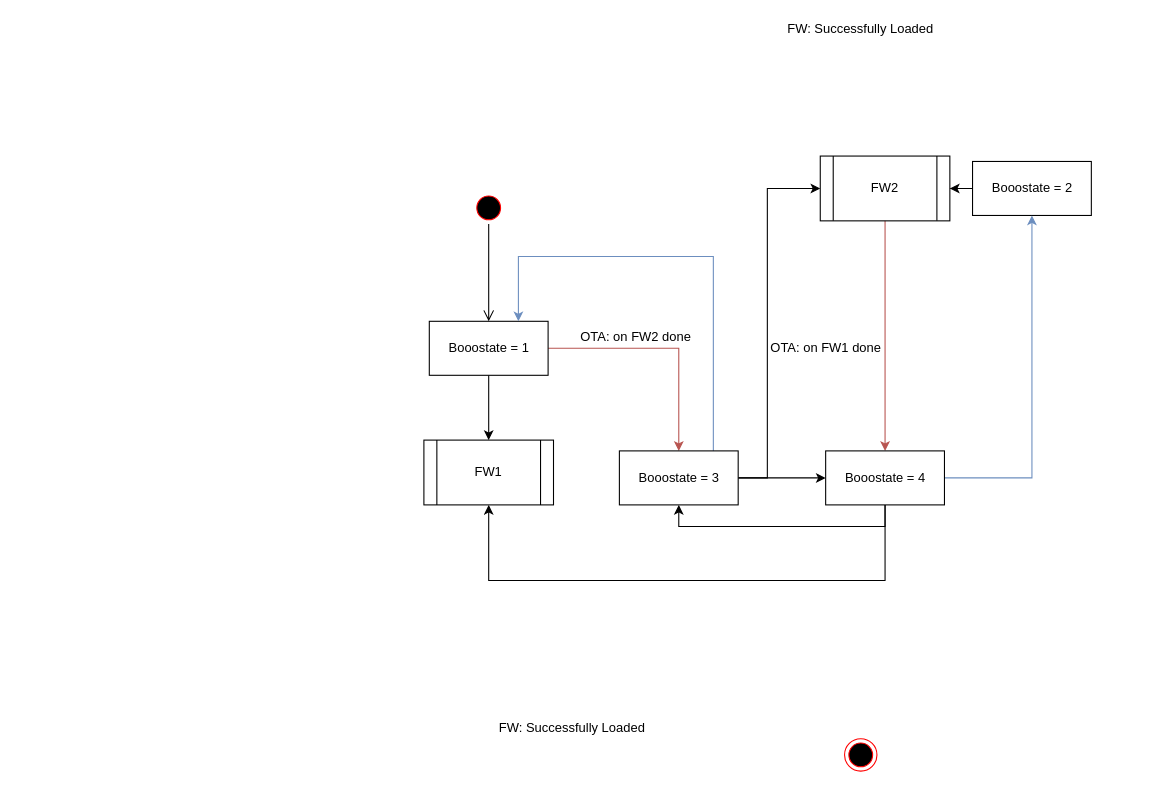
Above: Untitled Diagram.drawio in starbuckslatte/starbuckslatte.github.io (draw.io), before the change. Source tidied: cells renumbered, new cells numbered last; positions are measured from the earlier drawing's top-left corner, leaving out a move shared by most shapes. Both pictures are drawn from the tidied source at 108%, with x=0, y=0 at pixel (423, 18).
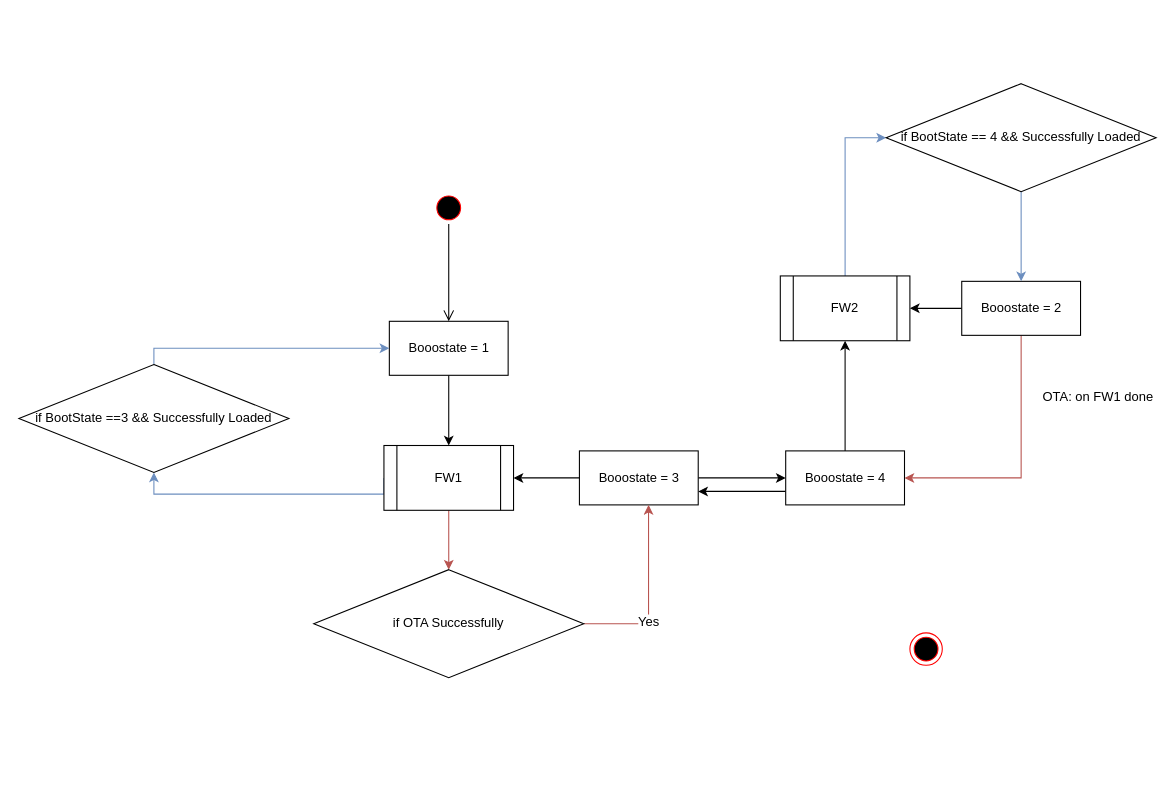
Above is the later version.

What changed in the source:
```diff
@@
     <mxCell id="2" style="ellipse;html=1;shape=startState;fillColor=#000000;strokeColor=#ff0000;" parent="1" vertex="1">
-      <mxGeometry x="45" y="160" width="30" height="30" as="geometry" />
+      <mxGeometry x="8" y="160" width="30" height="30" as="geometry" />
     </mxCell>
@@
     <mxCell id="4" style="ellipse;html=1;shape=endState;fillColor=#000000;strokeColor=#ff0000;" parent="1" vertex="1">
-      <mxGeometry x="389.5" y="666.5" width="30" height="30" as="geometry" />
+      <mxGeometry x="450" y="568.5" width="30" height="30" as="geometry" />
     </mxCell>
-    <mxCell id="5" style="edgeStyle=orthogonalEdgeStyle;rounded=0;jettySize=auto;html=1;fillColor=#f8cecc;strokeColor=#b85450;" parent="1" edge="1" source="7" target="14">
-      <mxGeometry relative="1" as="geometry" />
-    </mxCell>
@@
     <mxCell id="7" value="Booostate = 1" style="html=1;" parent="1" vertex="1">
-      <mxGeometry x="5" y="280" width="110" height="50" as="geometry" />
+      <mxGeometry x="-32" y="280" width="110" height="50" as="geometry" />
     </mxCell>
-    <mxCell id="8" style="edgeStyle=orthogonalEdgeStyle;rounded=0;jettySize=auto;html=1;fillColor=#f8cecc;strokeColor=#b85450;" parent="1" edge="1" source="10" target="18">
-      <mxGeometry relative="1" as="geometry" />
+    <mxCell id="8" style="edgeStyle=orthogonalEdgeStyle;rounded=0;jettySize=auto;html=1;fillColor=#f8cecc;strokeColor=#b85450;entryX=1;entryY=0.5;entryDx=0;entryDy=0;exitX=0.5;exitY=1;exitDx=0;exitDy=0;" parent="1" edge="1" source="10" target="18">
+      <mxGeometry relative="1" as="geometry">
+        <Array as="points">
+          <mxPoint x="553" y="425" />
+        </Array>
+      </mxGeometry>
     </mxCell>
@@
     <mxCell id="10" value="Booostate = 2" style="html=1;" parent="1" vertex="1">
-      <mxGeometry x="508" y="132" width="110" height="50" as="geometry" />
+      <mxGeometry x="498" y="243" width="110" height="50" as="geometry" />
     </mxCell>
@@
-    <mxCell id="12" style="edgeStyle=orthogonalEdgeStyle;rounded=0;jettySize=auto;html=1;strokeColor=#6c8ebf;fillColor=#dae8fc;entryX=0.75;entryY=0;entryDx=0;entryDy=0;" parent="1" edge="1" source="14" target="7">
+    <mxCell id="12" style="edgeStyle=orthogonalEdgeStyle;rounded=0;jettySize=auto;html=1;strokeColor=#6c8ebf;fillColor=#dae8fc;exitX=0;exitY=0.5;exitDx=0;exitDy=0;entryX=0.5;entryY=1;entryDx=0;entryDy=0;" parent="1" edge="1" source="24" target="27">
       <mxGeometry relative="1" as="geometry">
         <Array as="points">
-          <mxPoint x="268" y="220" />
-          <mxPoint x="88" y="220" />
+          <mxPoint x="-250" y="440" />
         </Array>
       </mxGeometry>
     </mxCell>
-    <mxCell id="13" style="edgeStyle=orthogonalEdgeStyle;rounded=0;jettySize=auto;html=1;exitX=1;exitY=0.5;exitDx=0;exitDy=0;entryX=0;entryY=0.5;entryDx=0;entryDy=0;" parent="1" edge="1" source="14" target="23">
-      <mxGeometry relative="1" as="geometry">
-        <Array as="points">
-          <mxPoint x="318" y="425" />
-          <mxPoint x="318" y="157" />
-        </Array>
-      </mxGeometry>
+    <mxCell id="13" style="edgeStyle=orthogonalEdgeStyle;rounded=0;jettySize=auto;html=1;exitX=0.5;exitY=0;exitDx=0;exitDy=0;entryX=0.5;entryY=1;entryDx=0;entryDy=0;" parent="1" edge="1" source="18" target="23">
+      <mxGeometry relative="1" as="geometry" />
     </mxCell>
     <mxCell id="14" value="Booostate = 3" style="html=1;" parent="1" vertex="1">
-      <mxGeometry x="181" y="400" width="110" height="50" as="geometry" />
+      <mxGeometry x="144" y="400" width="110" height="50" as="geometry" />
     </mxCell>
-    <mxCell id="15" style="edgeStyle=orthogonalEdgeStyle;rounded=0;jettySize=auto;html=1;entryX=0.5;entryY=1;entryDx=0;entryDy=0;" parent="1" edge="1" source="18" target="14">
+    <mxCell id="15" style="edgeStyle=orthogonalEdgeStyle;rounded=0;jettySize=auto;html=1;entryX=1;entryY=0.75;entryDx=0;entryDy=0;" parent="1" edge="1" source="18" target="14">
       <mxGeometry relative="1" as="geometry">
         <Array as="points">
-          <mxPoint x="427" y="470" />
-          <mxPoint x="236" y="470" />
+          <mxPoint x="258" y="438" />
         </Array>
       </mxGeometry>
     </mxCell>
-    <mxCell id="16" style="edgeStyle=orthogonalEdgeStyle;rounded=0;jettySize=auto;html=1;exitX=1;exitY=0.5;exitDx=0;exitDy=0;entryX=0.5;entryY=1;entryDx=0;entryDy=0;fillColor=#dae8fc;strokeColor=#6c8ebf;" parent="1" edge="1" source="18" target="10">
+    <mxCell id="16" style="edgeStyle=orthogonalEdgeStyle;rounded=0;jettySize=auto;html=1;exitX=0.5;exitY=0;exitDx=0;exitDy=0;entryX=0;entryY=0.5;entryDx=0;entryDy=0;fillColor=#dae8fc;strokeColor=#6c8ebf;" parent="1" edge="1" source="23" target="29">
       <mxGeometry relative="1" as="geometry">
         <Array as="points">
-          <mxPoint x="563" y="425" />
+          <mxPoint x="390" y="110" />
         </Array>
       </mxGeometry>
     </mxCell>
-    <mxCell id="17" style="edgeStyle=orthogonalEdgeStyle;rounded=0;jettySize=auto;html=1;exitX=0.5;exitY=1;exitDx=0;exitDy=0;entryX=0.5;entryY=1;entryDx=0;entryDy=0;" parent="1" edge="1" source="18" target="24">
+    <mxCell id="17" style="edgeStyle=orthogonalEdgeStyle;rounded=0;jettySize=auto;html=1;exitX=0;exitY=0.5;exitDx=0;exitDy=0;entryX=1;entryY=0.5;entryDx=0;entryDy=0;" parent="1" edge="1" source="14" target="24">
       <mxGeometry relative="1" as="geometry">
         <Array as="points">
-          <mxPoint x="427" y="520" />
-          <mxPoint x="60" y="520" />
+          <mxPoint x="108" y="425" />
+          <mxPoint x="108" y="425" />
         </Array>
       </mxGeometry>
     </mxCell>
     <mxCell id="18" value="Booostate = 4" style="html=1;" parent="1" vertex="1">
-      <mxGeometry x="372" y="400" width="110" height="50" as="geometry" />
+      <mxGeometry x="335" y="400" width="110" height="50" as="geometry" />
     </mxCell>
-    <mxCell id="19" value="OTA: on FW2 done" style="text;html=1;strokeColor=none;fillColor=none;align=center;verticalAlign=middle;whiteSpace=wrap;rounded=0;" parent="1" vertex="1">
-      <mxGeometry x="143.5" y="285" width="105" height="20" as="geometry" />
-    </mxCell>
     <mxCell id="20" value="OTA: on FW1 done" style="text;html=1;strokeColor=none;fillColor=none;align=center;verticalAlign=middle;whiteSpace=wrap;rounded=0;" parent="1" vertex="1">
-      <mxGeometry x="319.5" y="295" width="105" height="20" as="geometry" />
+      <mxGeometry x="572" y="340" width="105" height="20" as="geometry" />
     </mxCell>
-    <mxCell id="21" value="FW: Successfully Loaded" style="text;html=1;strokeColor=none;fillColor=none;align=center;verticalAlign=middle;whiteSpace=wrap;rounded=0;" parent="1" vertex="1">
-      <mxGeometry x="327" y="-0.5" width="155" height="20" as="geometry" />
-    </mxCell>
-    <mxCell id="22" value="FW: Successfully Loaded" style="text;html=1;strokeColor=none;fillColor=none;align=center;verticalAlign=middle;whiteSpace=wrap;rounded=0;" parent="1" vertex="1">
-      <mxGeometry x="60" y="646.7" width="155" height="20" as="geometry" />
-    </mxCell>
     <mxCell id="23" value="FW2" style="shape=process;whiteSpace=wrap;html=1;backgroundOutline=1;" parent="1" vertex="1">
-      <mxGeometry x="367" y="127" width="120" height="60" as="geometry" />
+      <mxGeometry x="330" y="238" width="120" height="60" as="geometry" />
     </mxCell>
+    <mxCell id="25" style="edgeStyle=orthogonalEdgeStyle;rounded=0;jettySize=auto;html=1;fillColor=#f8cecc;strokeColor=#b85450;" parent="1" edge="1" source="24" target="32">
+      <mxGeometry relative="1" as="geometry" />
+    </mxCell>
     <mxCell id="24" value="FW1" style="shape=process;whiteSpace=wrap;html=1;backgroundOutline=1;" parent="1" vertex="1">
-      <mxGeometry y="390" width="120" height="60" as="geometry" />
+      <mxGeometry x="-37" y="395" width="120" height="60" as="geometry" />
     </mxCell>
+    <mxCell id="26" style="edgeStyle=orthogonalEdgeStyle;rounded=0;jettySize=auto;html=1;exitX=0.5;exitY=0;exitDx=0;exitDy=0;entryX=0;entryY=0.5;entryDx=0;entryDy=0;fillColor=#dae8fc;strokeColor=#6c8ebf;" parent="1" edge="1" source="27" target="7">
+      <mxGeometry relative="1" as="geometry">
+        <Array as="points">
+          <mxPoint x="-250" y="305" />
+        </Array>
+      </mxGeometry>
+    </mxCell>
+    <mxCell id="27" value="if BootState ==3 &amp;amp;&amp;amp; Successfully Loaded" style="rhombus;whiteSpace=wrap;html=1;" parent="1" vertex="1">
+      <mxGeometry x="-375" y="320" width="250" height="100" as="geometry" />
+    </mxCell>
+    <mxCell id="28" style="edgeStyle=orthogonalEdgeStyle;rounded=0;jettySize=auto;html=1;entryX=0.5;entryY=0;entryDx=0;entryDy=0;fillColor=#dae8fc;strokeColor=#6c8ebf;" parent="1" edge="1" source="29" target="10">
+      <mxGeometry relative="1" as="geometry" />
+    </mxCell>
+    <mxCell id="29" value="if BootState == 4 &amp;amp;&amp;amp; Successfully Loaded" style="rhombus;whiteSpace=wrap;html=1;" parent="1" vertex="1">
+      <mxGeometry x="428" y="60" width="250" height="100" as="geometry" />
+    </mxCell>
+    <mxCell id="30" style="edgeStyle=orthogonalEdgeStyle;rounded=0;jettySize=auto;html=1;fillColor=#f8cecc;strokeColor=#b85450;exitX=1;exitY=0.5;exitDx=0;exitDy=0;" parent="1" edge="1" source="32" target="14">
+      <mxGeometry relative="1" as="geometry">
+        <Array as="points">
+          <mxPoint x="208" y="560" />
+        </Array>
+      </mxGeometry>
+    </mxCell>
+    <mxCell id="31" value="Yes" style="text;html=1;align=center;verticalAlign=middle;labelBackgroundColor=#ffffff;" parent="30" vertex="1">
+      <mxGeometry x="-0.3" y="1" relative="1" as="geometry">
+        <mxPoint y="-1" as="offset" />
+      </mxGeometry>
+    </mxCell>
+    <mxCell id="32" value="if OTA Successfully" style="rhombus;whiteSpace=wrap;html=1;" parent="1" vertex="1">
+      <mxGeometry x="-102" y="510" width="250" height="100" as="geometry" />
+    </mxCell>
```
